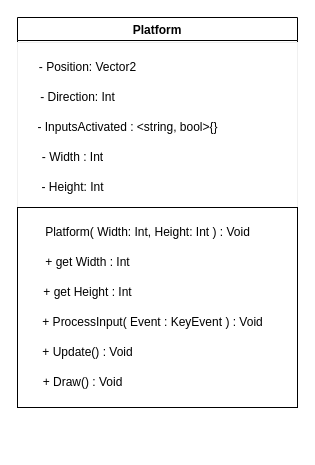
Before: The_Game/UML/platform.drawio in IvanMordovets/IT2_uke1_project, a draw.io diagram. Source tidied: cells renumbered, new cells numbered last; positions are measured from the earlier drawing's top-left corner, leaving out a move shared by most shapes. Both pictures are drawn from the tidied source at 100%, with x=0, y=0 at pixel (17, 17).
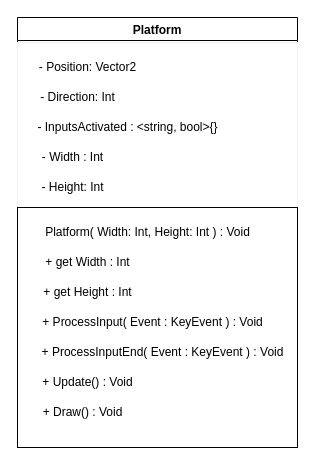
The same diagram, later.

Commit message (it also covers changes not shown here):
Platform UML Update

What changed in the source:
```diff
@@
 <mxGraphModel>
   <root>
     <mxCell id="0" />
     <mxCell id="1" parent="0" />
     <mxCell id="2" value="Platform" style="swimlane;fillColor=#FFFFFF;" parent="1" vertex="1">
       <mxGeometry width="280" height="195" as="geometry" />
     </mxCell>
     <mxCell id="3" style="whiteSpace=wrap;html=1;strokeColor=#F0F0F0;fillColor=#FFFFFF;" parent="2" vertex="1">
       <mxGeometry y="25" width="280" height="165" as="geometry" />
     </mxCell>
     <mxCell id="4" value="- Position: Vector2&lt;br&gt;" style="text;html=1;align=center;verticalAlign=middle;strokeColor=none;fillColor=#FFFFFF;" parent="2" vertex="1">
       <mxGeometry x="10" y="35" width="120" height="30" as="geometry" />
     </mxCell>
     <mxCell id="5" value="- Direction: Int" style="text;html=1;align=center;verticalAlign=middle;strokeColor=none;fillColor=#FFFFFF;" parent="2" vertex="1">
       <mxGeometry x="10" y="65" width="100" height="30" as="geometry" />
     </mxCell>
     <mxCell id="6" value="- InputsActivated : &amp;lt;string, bool&amp;gt;{}" style="text;html=1;align=center;verticalAlign=middle;strokeColor=none;fillColor=#FFFFFF;" parent="2" vertex="1">
       <mxGeometry x="10" y="95" width="200" height="30" as="geometry" />
     </mxCell>
     <mxCell id="7" value="- Width : Int" style="text;html=1;align=center;verticalAlign=middle;strokeColor=none;fillColor=#FFFFFF;" parent="2" vertex="1">
       <mxGeometry x="15" y="125" width="80" height="30" as="geometry" />
     </mxCell>
     <mxCell id="8" value="- Height: Int" style="text;html=1;align=center;verticalAlign=middle;strokeColor=none;fillColor=#FFFFFF;" parent="2" vertex="1">
       <mxGeometry x="10" y="155" width="90" height="30" as="geometry" />
     </mxCell>
     <mxCell id="9" style="rounded=0;whiteSpace=wrap;html=1;" parent="1" vertex="1">
-      <mxGeometry y="190" width="280" height="200" as="geometry" />
+      <mxGeometry y="190" width="280" height="240" as="geometry" />
     </mxCell>
     <mxCell id="10" value="Platform( Width: Int, Height: Int ) : Void" style="text;html=1;align=center;verticalAlign=middle;strokeColor=none;fillColor=none;" parent="1" vertex="1">
       <mxGeometry x="15" y="200" width="230" height="30" as="geometry" />
     </mxCell>
     <mxCell id="11" value="+ ProcessInput( Event : KeyEvent ) : Void" style="text;html=1;align=center;verticalAlign=middle;strokeColor=none;fillColor=none;" parent="1" vertex="1">
       <mxGeometry x="15" y="290" width="240" height="30" as="geometry" />
     </mxCell>
     <mxCell id="12" value="+ Update() : Void" style="text;html=1;align=center;verticalAlign=middle;strokeColor=none;fillColor=none;" parent="1" vertex="1">
-      <mxGeometry x="15" y="320" width="110" height="30" as="geometry" />
+      <mxGeometry x="15" y="350" width="110" height="30" as="geometry" />
     </mxCell>
     <mxCell id="13" value="+ Draw() : Void" style="text;html=1;align=center;verticalAlign=middle;strokeColor=none;fillColor=none;" parent="1" vertex="1">
-      <mxGeometry x="15" y="350" width="100" height="30" as="geometry" />
+      <mxGeometry x="15" y="380" width="100" height="30" as="geometry" />
     </mxCell>
     <mxCell id="14" value="+ get Width : Int" style="text;html=1;align=center;verticalAlign=middle;strokeColor=none;fillColor=none;" parent="1" vertex="1">
       <mxGeometry x="15" y="230" width="110" height="30" as="geometry" />
     </mxCell>
     <mxCell id="15" value="+ get Height : Int" style="text;html=1;align=center;verticalAlign=middle;strokeColor=none;fillColor=none;" parent="1" vertex="1">
       <mxGeometry x="15" y="260" width="110" height="30" as="geometry" />
     </mxCell>
+    <mxCell id="16" value="+ ProcessInputEnd( Event : KeyEvent ) : Void" style="text;html=1;align=center;verticalAlign=middle;strokeColor=none;fillColor=none;" parent="1" vertex="1">
+      <mxGeometry x="10" y="320" width="270" height="30" as="geometry" />
+    </mxCell>
   </root>
 </mxGraphModel>
```
